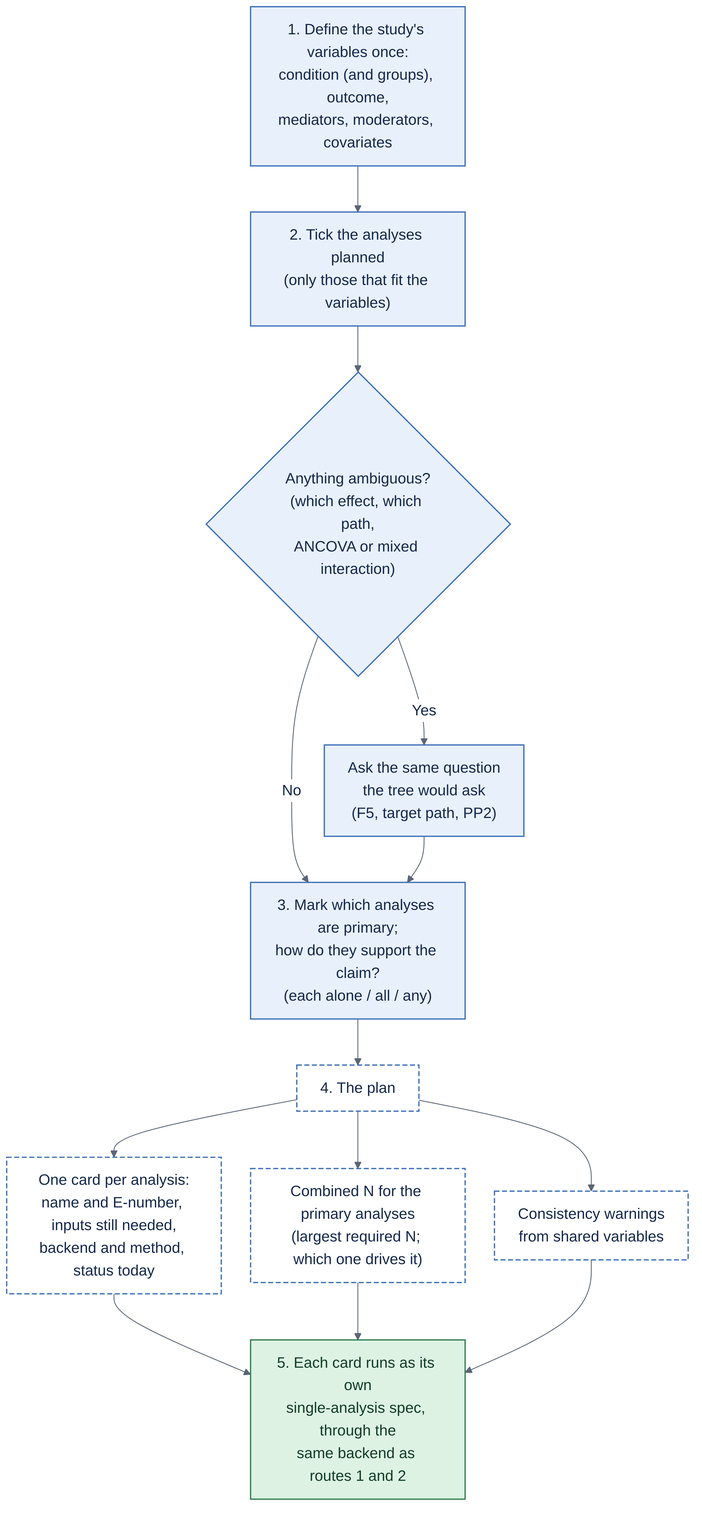
Above: docs/figures/decision-tree/G-study-planner.png in JoelThornton/Powerkit (Mermaid), before the change. Its source is kept beside it as docs/figures/decision-tree/G-study-planner.mmd. Its diagram source:
```mermaid
flowchart TD
  V["1. Define the study's variables once:<br/>condition (and groups), outcome,<br/>mediators, moderators, covariates"]
  V --> T["2. Tick the analyses planned<br/>(only those that fit the variables)"]
  T --> AQ{"Anything ambiguous?<br/>(which effect, which path,<br/>ANCOVA or mixed interaction)"}
  AQ -->|Yes| TQ["Ask the same question<br/>the tree would ask<br/>(F5, target path, PP2)"]
  AQ -->|No| P
  TQ --> P["3. Mark which analyses are primary;<br/>how do they support the claim?<br/>(each alone / all / any)"]
  P --> PL["4. The plan"]
  PL --> C1["One card per analysis:<br/>name and E-number, inputs still needed,<br/>backend and method, status today"]
  PL --> CN["Combined N for the primary analyses<br/>(largest required N; which one drives it)"]
  PL --> CW["Consistency warnings<br/>from shared variables"]
  C1 --> R["5. Each card runs as its own<br/>single-analysis spec, through the<br/>same backend as routes 1 and 2"]
  CN --> R
  CW --> R
  classDef q fill:#E8F0FB,stroke:#3B6FB6,color:#14284B,stroke-width:1.5px
  classDef avail fill:#DDF2E3,stroke:#2E7D4F,color:#123D24,stroke-width:1.5px
  classDef jump fill:#FFFFFF,stroke:#3B6FB6,color:#14284B,stroke-width:1.5px,stroke-dasharray:6 3
  class V,T,AQ,TQ,P q
  class PL,C1,CN,CW jump
  class R avail
```
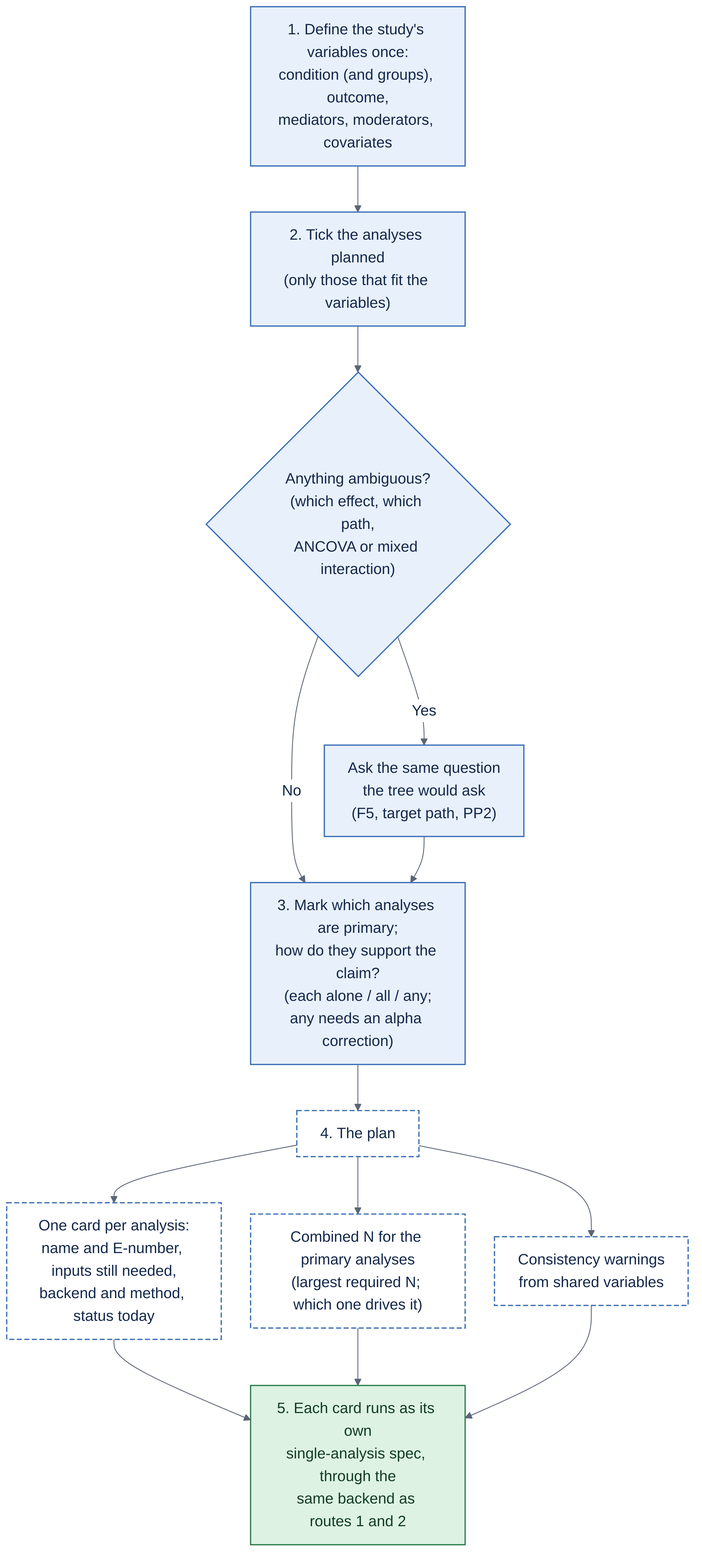
The same diagram one commit later.

Commit message:
decision-tree: alpha correction for "any one is enough", joint-power floor, worked conversion

Diff of the diagram source:
```diff
@@ -4,7 +4,7 @@
   T --> AQ{"Anything ambiguous?<br/>(which effect, which path,<br/>ANCOVA or mixed interaction)"}
   AQ -->|Yes| TQ["Ask the same question<br/>the tree would ask<br/>(F5, target path, PP2)"]
   AQ -->|No| P
-  TQ --> P["3. Mark which analyses are primary;<br/>how do they support the claim?<br/>(each alone / all / any)"]
+  TQ --> P["3. Mark which analyses are primary;<br/>how do they support the claim?<br/>(each alone / all / any;<br/>any needs an alpha correction)"]
   P --> PL["4. The plan"]
   PL --> C1["One card per analysis:<br/>name and E-number, inputs still needed,<br/>backend and method, status today"]
   PL --> CN["Combined N for the primary analyses<br/>(largest required N; which one drives it)"]
```
